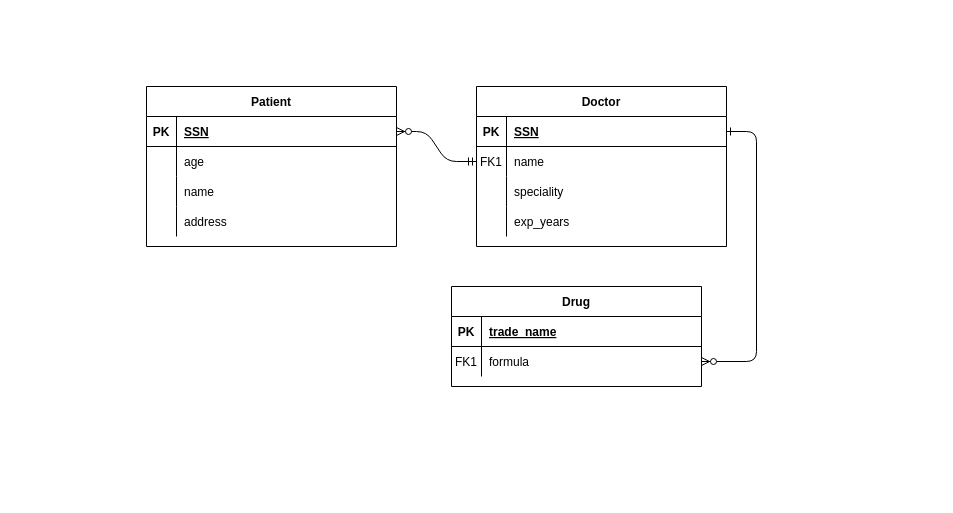
This is Untitled Diagram.drawio from s021721/backup, a draw.io file, before an edit. Source tidied: cells renumbered, new cells numbered last; positions are measured from the earlier drawing's top-left corner, leaving out a move shared by most shapes. Both pictures are drawn from the tidied source at 100%, with x=0, y=0 at pixel (146, 86).
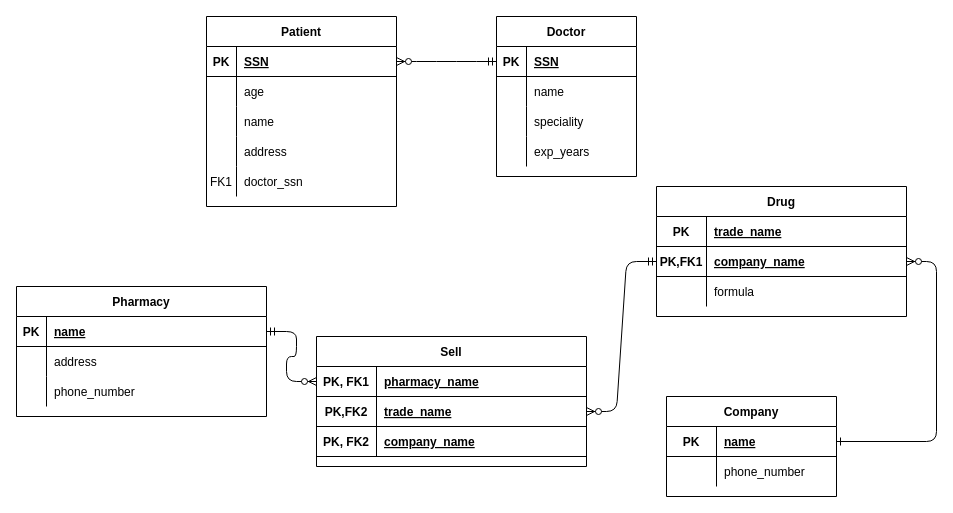
After the change.

The change refers to these unchanged cells:
```xml
<mxCell id="18" style="shape=partialRectangle;fillColor=none;top=0;left=0;right=0;bottom=1;" parent="17" vertex="1">
  <mxGeometry y="30" width="250" height="30" as="geometry" />
</mxCell>
```

The edit, as a diff of the source:
```diff
@@
-    <mxCell id="2" style="edgeStyle=entityRelationEdgeStyle;endArrow=ERmandOne;startArrow=ERzeroToMany;endFill=0;startFill=1;" parent="1" edge="1" source="25" target="8">
+    <mxCell id="2" style="edgeStyle=entityRelationEdgeStyle;endArrow=ERmandOne;startArrow=ERzeroToMany;endFill=0;startFill=1;entryX=0;entryY=0.5;entryDx=0;entryDy=0;" parent="1" edge="1" source="25" target="5">
       <mxGeometry relative="1" as="geometry" />
     </mxCell>
-    <mxCell id="3" style="edgeStyle=entityRelationEdgeStyle;endArrow=ERzeroToMany;startArrow=ERone;endFill=1;startFill=0;" parent="1" edge="1" source="5" target="21">
+    <mxCell id="3" style="edgeStyle=entityRelationEdgeStyle;endArrow=ERzeroToMany;startArrow=ERone;endFill=1;startFill=0;exitX=1;exitY=0.5;exitDx=0;exitDy=0;" parent="1" edge="1" source="66" target="37">
       <mxGeometry relative="1" as="geometry" />
     </mxCell>
     <mxCell id="4" value="Doctor" style="shape=table;startSize=30;childLayout=tableLayout;rowLines=0;fontStyle=1;align=center;" parent="1" vertex="1">
-      <mxGeometry x="330" width="250" height="160" as="geometry" />
+      <mxGeometry x="350" y="-70" width="140" height="160" as="geometry" />
     </mxCell>
     <mxCell id="5" style="shape=partialRectangle;fillColor=none;points=[[0,0.5],[1,0.5]];portConstraint=eastwest;top=0;left=0;right=0;bottom=1;" parent="4" vertex="1">
-      <mxGeometry y="30" width="250" height="30" as="geometry" />
+      <mxGeometry y="30" width="140" height="30" as="geometry" />
     </mxCell>
@@
     <mxCell id="7" value="SSN" style="shape=partialRectangle;overflow=hidden;fillColor=none;top=0;left=0;bottom=0;right=0;align=left;spacingLeft=6;fontStyle=5;" parent="5" vertex="1">
-      <mxGeometry x="30" width="220" height="30" as="geometry" />
+      <mxGeometry x="30" width="110" height="30" as="geometry" />
     </mxCell>
     <mxCell id="8" style="shape=partialRectangle;fillColor=none;points=[[0,0.5],[1,0.5]];portConstraint=eastwest;top=0;left=0;right=0;bottom=0;" parent="4" vertex="1">
-      <mxGeometry y="60" width="250" height="30" as="geometry" />
+      <mxGeometry y="60" width="140" height="30" as="geometry" />
     </mxCell>
-    <mxCell id="9" value="FK1" style="shape=partialRectangle;overflow=hidden;fillColor=none;top=0;left=0;bottom=0;right=0;" parent="8" vertex="1">
+    <mxCell id="9" style="shape=partialRectangle;overflow=hidden;fillColor=none;top=0;left=0;bottom=0;right=0;" parent="8" vertex="1">
       <mxGeometry width="30" height="30" as="geometry" />
     </mxCell>
     <mxCell id="10" value="name" style="shape=partialRectangle;overflow=hidden;fillColor=none;top=0;left=0;bottom=0;right=0;align=left;spacingLeft=6;" parent="8" vertex="1">
-      <mxGeometry x="30" width="220" height="30" as="geometry" />
+      <mxGeometry x="30" width="110" height="30" as="geometry" />
     </mxCell>
     <mxCell id="11" style="shape=partialRectangle;fillColor=none;top=0;left=0;right=0;bottom=0;" parent="4" vertex="1">
-      <mxGeometry y="90" width="250" height="30" as="geometry" />
+      <mxGeometry y="90" width="140" height="30" as="geometry" />
     </mxCell>
@@
     <mxCell id="13" value="speciality" style="shape=partialRectangle;overflow=hidden;fillColor=none;top=0;left=0;bottom=0;right=0;align=left;spacingLeft=6;" parent="11" vertex="1">
-      <mxGeometry x="30" width="220" height="30" as="geometry" />
+      <mxGeometry x="30" width="110" height="30" as="geometry" />
     </mxCell>
     <mxCell id="14" style="shape=partialRectangle;fillColor=none;top=0;left=0;right=0;bottom=0;" parent="4" vertex="1">
-      <mxGeometry y="120" width="250" height="30" as="geometry" />
+      <mxGeometry y="120" width="140" height="30" as="geometry" />
     </mxCell>
@@
     <mxCell id="16" value="exp_years" style="shape=partialRectangle;overflow=hidden;fillColor=none;top=0;left=0;bottom=0;right=0;align=left;spacingLeft=6;" parent="14" vertex="1">
-      <mxGeometry x="30" width="220" height="30" as="geometry" />
+      <mxGeometry x="30" width="110" height="30" as="geometry" />
     </mxCell>
     <mxCell id="17" value="Drug" style="shape=table;startSize=30;childLayout=tableLayout;rowLines=0;fontStyle=1;align=center;" parent="1" vertex="1">
-      <mxGeometry x="305" y="200" width="250" height="100" as="geometry" />
+      <mxGeometry x="510" y="100" width="250" height="130" as="geometry" />
     </mxCell>
@@
     <mxCell id="19" value="PK" style="shape=partialRectangle;overflow=hidden;fillColor=none;top=0;left=0;bottom=0;right=0;fontStyle=1;" parent="18" vertex="1">
-      <mxGeometry width="30" height="30" as="geometry" />
+      <mxGeometry width="50" height="30" as="geometry" />
     </mxCell>
     <mxCell id="20" value="trade_name" style="shape=partialRectangle;overflow=hidden;fillColor=none;top=0;left=0;bottom=0;right=0;align=left;spacingLeft=6;fontStyle=5;" parent="18" vertex="1">
-      <mxGeometry x="30" width="220" height="30" as="geometry" />
+      <mxGeometry x="50" width="200" height="30" as="geometry" />
     </mxCell>
+    <mxCell id="37" style="shape=partialRectangle;fillColor=none;points=[[0,0.5],[1,0.5]];portConstraint=eastwest;top=0;left=0;right=0;bottom=1;" parent="17" vertex="1">
+      <mxGeometry y="60" width="250" height="30" as="geometry" />
+    </mxCell>
+    <mxCell id="38" value="PK,FK1" style="shape=partialRectangle;overflow=hidden;fillColor=none;top=0;left=0;bottom=0;right=0;fontStyle=1;" parent="37" vertex="1">
+      <mxGeometry width="50" height="30" as="geometry" />
+    </mxCell>
+    <mxCell id="39" value="company_name" style="shape=partialRectangle;overflow=hidden;fillColor=none;top=0;left=0;bottom=0;right=0;align=left;spacingLeft=6;fontStyle=5;" parent="37" vertex="1">
+      <mxGeometry x="50" width="200" height="30" as="geometry" />
+    </mxCell>
     <mxCell id="21" style="shape=partialRectangle;fillColor=none;points=[[0,0.5],[1,0.5]];portConstraint=eastwest;top=0;left=0;right=0;bottom=0;" parent="17" vertex="1">
-      <mxGeometry y="60" width="250" height="30" as="geometry" />
+      <mxGeometry y="90" width="250" height="30" as="geometry" />
     </mxCell>
-    <mxCell id="22" value="FK1" style="shape=partialRectangle;overflow=hidden;fillColor=none;top=0;left=0;bottom=0;right=0;" parent="21" vertex="1">
-      <mxGeometry width="30" height="30" as="geometry" />
+    <mxCell id="22" style="shape=partialRectangle;overflow=hidden;fillColor=none;top=0;left=0;bottom=0;right=0;" parent="21" vertex="1">
+      <mxGeometry width="50" height="30" as="geometry" />
     </mxCell>
     <mxCell id="23" value="formula" style="shape=partialRectangle;overflow=hidden;fillColor=none;top=0;left=0;bottom=0;right=0;align=left;spacingLeft=6;" parent="21" vertex="1">
-      <mxGeometry x="30" width="220" height="30" as="geometry" />
+      <mxGeometry x="50" width="200" height="30" as="geometry" />
     </mxCell>
     <mxCell id="24" value="Patient" style="shape=table;startSize=30;childLayout=tableLayout;rowLines=0;fontStyle=1;align=center;" parent="1" vertex="1">
-      <mxGeometry width="250" height="160" as="geometry" />
+      <mxGeometry x="60" y="-70" width="190" height="190" as="geometry" />
     </mxCell>
     <mxCell id="25" style="shape=partialRectangle;fillColor=none;points=[[0,0.5],[1,0.5]];portConstraint=eastwest;top=0;left=0;right=0;bottom=1;" parent="24" vertex="1">
-      <mxGeometry y="30" width="250" height="30" as="geometry" />
+      <mxGeometry y="30" width="190" height="30" as="geometry" />
     </mxCell>
@@
     <mxCell id="27" value="SSN" style="shape=partialRectangle;overflow=hidden;fillColor=none;top=0;left=0;bottom=0;right=0;align=left;spacingLeft=6;fontStyle=5;" parent="25" vertex="1">
-      <mxGeometry x="30" width="220" height="30" as="geometry" />
+      <mxGeometry x="30" width="160" height="30" as="geometry" />
     </mxCell>
     <mxCell id="28" style="shape=partialRectangle;fillColor=none;top=0;left=0;right=0;bottom=0;" parent="24" vertex="1">
-      <mxGeometry y="60" width="250" height="30" as="geometry" />
+      <mxGeometry y="60" width="190" height="30" as="geometry" />
     </mxCell>
@@
     <mxCell id="30" value="age" style="shape=partialRectangle;overflow=hidden;fillColor=none;top=0;left=0;bottom=0;right=0;align=left;spacingLeft=6;" parent="28" vertex="1">
-      <mxGeometry x="30" width="220" height="30" as="geometry" />
+      <mxGeometry x="30" width="160" height="30" as="geometry" />
     </mxCell>
     <mxCell id="31" style="shape=partialRectangle;fillColor=none;top=0;left=0;right=0;bottom=0;" parent="24" vertex="1">
-      <mxGeometry y="90" width="250" height="30" as="geometry" />
+      <mxGeometry y="90" width="190" height="30" as="geometry" />
     </mxCell>
@@
     <mxCell id="33" value="name" style="shape=partialRectangle;overflow=hidden;fillColor=none;top=0;left=0;bottom=0;right=0;align=left;spacingLeft=6;" parent="31" vertex="1">
-      <mxGeometry x="30" width="220" height="30" as="geometry" />
+      <mxGeometry x="30" width="160" height="30" as="geometry" />
     </mxCell>
     <mxCell id="34" style="shape=partialRectangle;fillColor=none;top=0;left=0;right=0;bottom=0;" parent="24" vertex="1">
-      <mxGeometry y="120" width="250" height="30" as="geometry" />
+      <mxGeometry y="120" width="190" height="30" as="geometry" />
     </mxCell>
@@
     <mxCell id="36" value="address" style="shape=partialRectangle;overflow=hidden;fillColor=none;top=0;left=0;bottom=0;right=0;align=left;spacingLeft=6;" parent="34" vertex="1">
-      <mxGeometry x="30" width="220" height="30" as="geometry" />
+      <mxGeometry x="30" width="160" height="30" as="geometry" />
     </mxCell>
+    <mxCell id="40" style="shape=partialRectangle;fillColor=none;top=0;left=0;right=0;bottom=0;" parent="24" vertex="1">
+      <mxGeometry y="150" width="190" height="30" as="geometry" />
+    </mxCell>
+    <mxCell id="41" value="FK1" style="shape=partialRectangle;overflow=hidden;fillColor=none;top=0;left=0;bottom=0;right=0;" parent="40" vertex="1">
+      <mxGeometry width="30" height="30" as="geometry" />
+    </mxCell>
+    <mxCell id="42" value="doctor_ssn" style="shape=partialRectangle;overflow=hidden;fillColor=none;top=0;left=0;bottom=0;right=0;align=left;spacingLeft=6;" parent="40" vertex="1">
+      <mxGeometry x="30" width="160" height="30" as="geometry" />
+    </mxCell>
+    <mxCell id="43" value="Sell" style="shape=table;startSize=30;childLayout=tableLayout;rowLines=0;fontStyle=1;align=center;" parent="1" vertex="1">
+      <mxGeometry x="170" y="250" width="270" height="130" as="geometry" />
+    </mxCell>
+    <mxCell id="44" style="shape=partialRectangle;fillColor=none;points=[[0,0.5],[1,0.5]];portConstraint=eastwest;top=0;left=0;right=0;bottom=1;" parent="43" vertex="1">
+      <mxGeometry y="30" width="270" height="30" as="geometry" />
+    </mxCell>
+    <mxCell id="45" value="PK, FK1" style="shape=partialRectangle;overflow=hidden;fillColor=none;top=0;left=0;bottom=0;right=0;fontStyle=1;" parent="44" vertex="1">
+      <mxGeometry width="60" height="30" as="geometry" />
+    </mxCell>
+    <mxCell id="46" value="pharmacy_name" style="shape=partialRectangle;overflow=hidden;fillColor=none;top=0;left=0;bottom=0;right=0;align=left;spacingLeft=6;fontStyle=5;" parent="44" vertex="1">
+      <mxGeometry x="60" width="210" height="30" as="geometry" />
+    </mxCell>
+    <mxCell id="47" style="shape=partialRectangle;fillColor=none;points=[[0,0.5],[1,0.5]];portConstraint=eastwest;top=0;left=0;right=0;bottom=1;" parent="43" vertex="1">
+      <mxGeometry y="60" width="270" height="30" as="geometry" />
+    </mxCell>
+    <mxCell id="48" value="PK,FK2" style="shape=partialRectangle;overflow=hidden;fillColor=none;top=0;left=0;bottom=0;right=0;fontStyle=1;" parent="47" vertex="1">
+      <mxGeometry width="60" height="30" as="geometry" />
+    </mxCell>
+    <mxCell id="49" value="trade_name" style="shape=partialRectangle;overflow=hidden;fillColor=none;top=0;left=0;bottom=0;right=0;align=left;spacingLeft=6;fontStyle=5;" parent="47" vertex="1">
+      <mxGeometry x="60" width="210" height="30" as="geometry" />
+    </mxCell>
+    <mxCell id="50" style="shape=partialRectangle;fillColor=none;top=0;left=0;right=0;bottom=1;" parent="43" vertex="1">
+      <mxGeometry y="90" width="270" height="30" as="geometry" />
+    </mxCell>
+    <mxCell id="51" value="PK, FK2" style="shape=partialRectangle;overflow=hidden;fillColor=none;top=0;left=0;bottom=0;right=0;fontStyle=1;" parent="50" vertex="1">
+      <mxGeometry width="60" height="30" as="geometry" />
+    </mxCell>
+    <mxCell id="52" value="company_name" style="shape=partialRectangle;overflow=hidden;fillColor=none;top=0;left=0;bottom=0;right=0;align=left;spacingLeft=6;fontStyle=5;" parent="50" vertex="1">
+      <mxGeometry x="60" width="210" height="30" as="geometry" />
+    </mxCell>
+    <mxCell id="53" value="Pharmacy" style="shape=table;startSize=30;childLayout=tableLayout;rowLines=0;fontStyle=1;align=center;" parent="1" vertex="1">
+      <mxGeometry x="-130" y="200" width="250" height="130" as="geometry" />
+    </mxCell>
+    <mxCell id="54" style="shape=partialRectangle;fillColor=none;points=[[0,0.5],[1,0.5]];portConstraint=eastwest;top=0;left=0;right=0;bottom=1;" parent="53" vertex="1">
+      <mxGeometry y="30" width="250" height="30" as="geometry" />
+    </mxCell>
+    <mxCell id="55" value="PK" style="shape=partialRectangle;overflow=hidden;fillColor=none;top=0;left=0;bottom=0;right=0;fontStyle=1;" parent="54" vertex="1">
+      <mxGeometry width="30" height="30" as="geometry" />
+    </mxCell>
+    <mxCell id="56" value="name" style="shape=partialRectangle;overflow=hidden;fillColor=none;top=0;left=0;bottom=0;right=0;align=left;spacingLeft=6;fontStyle=5;" parent="54" vertex="1">
+      <mxGeometry x="30" width="220" height="30" as="geometry" />
+    </mxCell>
+    <mxCell id="57" style="shape=partialRectangle;fillColor=none;top=0;left=0;right=0;bottom=0;" parent="53" vertex="1">
+      <mxGeometry y="60" width="250" height="30" as="geometry" />
+    </mxCell>
+    <mxCell id="58" style="shape=partialRectangle;overflow=hidden;fillColor=none;top=0;left=0;bottom=0;right=0;" parent="57" vertex="1">
+      <mxGeometry width="30" height="30" as="geometry" />
+    </mxCell>
+    <mxCell id="59" value="address" style="shape=partialRectangle;overflow=hidden;fillColor=none;top=0;left=0;bottom=0;right=0;align=left;spacingLeft=6;" parent="57" vertex="1">
+      <mxGeometry x="30" width="220" height="30" as="geometry" />
+    </mxCell>
+    <mxCell id="60" style="shape=partialRectangle;fillColor=none;top=0;left=0;right=0;bottom=0;" parent="53" vertex="1">
+      <mxGeometry y="90" width="250" height="30" as="geometry" />
+    </mxCell>
+    <mxCell id="61" style="shape=partialRectangle;overflow=hidden;fillColor=none;top=0;left=0;bottom=0;right=0;" parent="60" vertex="1">
+      <mxGeometry width="30" height="30" as="geometry" />
+    </mxCell>
+    <mxCell id="62" value="phone_number" style="shape=partialRectangle;overflow=hidden;fillColor=none;top=0;left=0;bottom=0;right=0;align=left;spacingLeft=6;" parent="60" vertex="1">
+      <mxGeometry x="30" width="220" height="30" as="geometry" />
+    </mxCell>
+    <mxCell id="63" style="edgeStyle=entityRelationEdgeStyle;endArrow=ERmandOne;startArrow=ERzeroToMany;endFill=0;startFill=1;entryX=0;entryY=0.5;entryDx=0;entryDy=0;exitX=1;exitY=0.5;exitDx=0;exitDy=0;rounded=1;" parent="1" edge="1" source="47" target="37">
+      <mxGeometry relative="1" as="geometry" />
+    </mxCell>
+    <mxCell id="64" style="edgeStyle=entityRelationEdgeStyle;endArrow=ERmandOne;startArrow=ERzeroToMany;endFill=0;startFill=1;entryX=1;entryY=0.5;entryDx=0;entryDy=0;" parent="1" edge="1" source="44" target="54">
+      <mxGeometry relative="1" as="geometry" />
+    </mxCell>
+    <mxCell id="65" value="Company" style="shape=table;startSize=30;childLayout=tableLayout;rowLines=0;fontStyle=1;align=center;" parent="1" vertex="1">
+      <mxGeometry x="520" y="310" width="170" height="100" as="geometry" />
+    </mxCell>
+    <mxCell id="66" style="shape=partialRectangle;fillColor=none;points=[[0,0.5],[1,0.5]];portConstraint=eastwest;top=0;left=0;right=0;bottom=1;" parent="65" vertex="1">
+      <mxGeometry y="30" width="170" height="30" as="geometry" />
+    </mxCell>
+    <mxCell id="67" value="PK" style="shape=partialRectangle;overflow=hidden;fillColor=none;top=0;left=0;bottom=0;right=0;fontStyle=1;" parent="66" vertex="1">
+      <mxGeometry width="50" height="30" as="geometry" />
+    </mxCell>
+    <mxCell id="68" value="name" style="shape=partialRectangle;overflow=hidden;fillColor=none;top=0;left=0;bottom=0;right=0;align=left;spacingLeft=6;fontStyle=5;" parent="66" vertex="1">
+      <mxGeometry x="50" width="120" height="30" as="geometry" />
+    </mxCell>
+    <mxCell id="69" style="shape=partialRectangle;fillColor=none;top=0;left=0;right=0;bottom=0;" parent="65" vertex="1">
+      <mxGeometry y="60" width="170" height="30" as="geometry" />
+    </mxCell>
+    <mxCell id="70" style="shape=partialRectangle;overflow=hidden;fillColor=none;top=0;left=0;bottom=0;right=0;" parent="69" vertex="1">
+      <mxGeometry width="50" height="30" as="geometry" />
+    </mxCell>
+    <mxCell id="71" value="phone_number" style="shape=partialRectangle;overflow=hidden;fillColor=none;top=0;left=0;bottom=0;right=0;align=left;spacingLeft=6;" parent="69" vertex="1">
+      <mxGeometry x="50" width="120" height="30" as="geometry" />
+    </mxCell>
```
